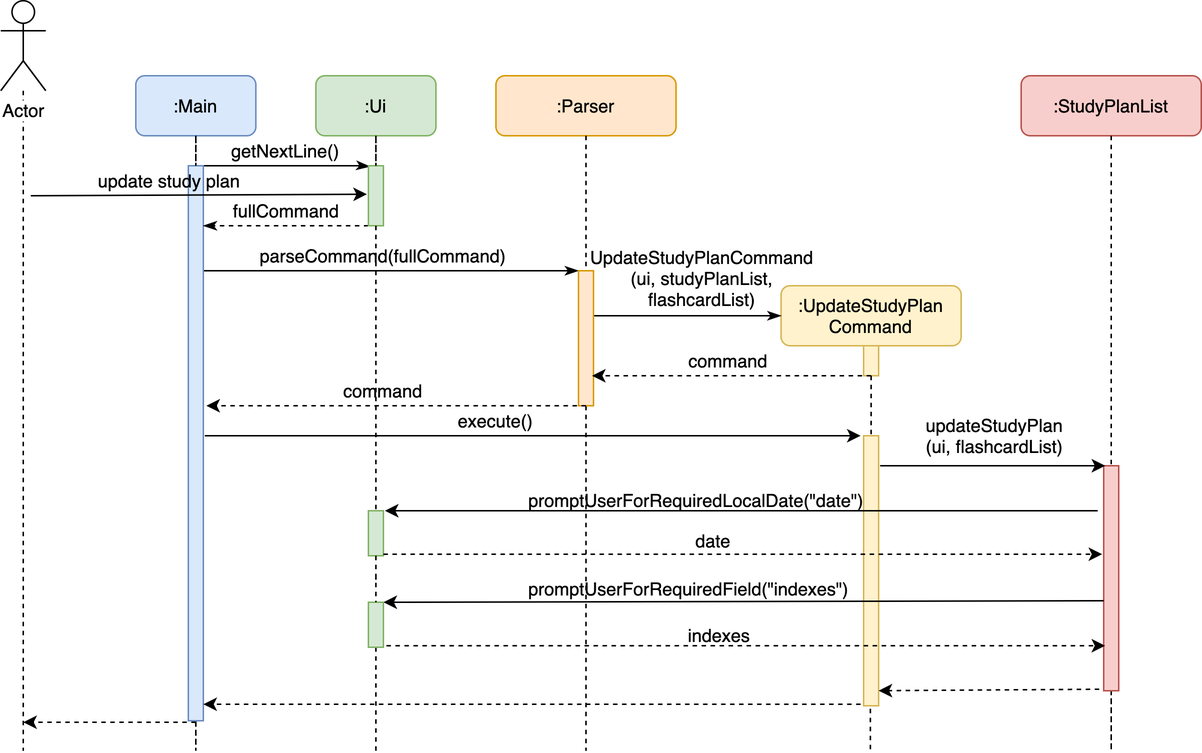
The draw.io diagram docs/images/updateStudyPlanSequenceDiagram.png in sliu107/tp, before a commit. Source tidied: cells renumbered, new cells last; positions are measured from the earlier drawing's top-left corner, leaving out a move shared by most shapes.
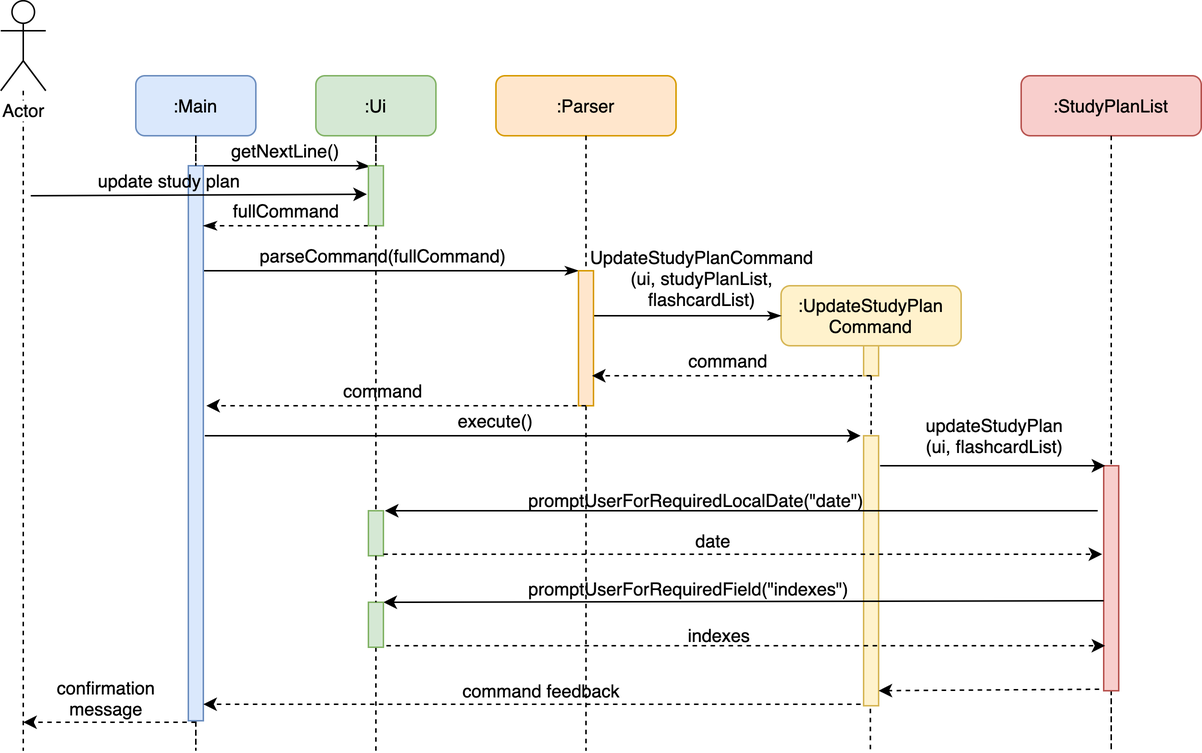
Above is the later version.

Commit message:
Add return messages for study plan related sequence diagrams

Diff of the diagram source:
```diff
@@ -245,5 +245,11 @@
         <mxPoint x="394" y="250" as="targetPoint" />
       </mxGeometry>
     </mxCell>
+    <mxCell id="58" value="command feedback" style="text;html=1;align=center;verticalAlign=middle;fillColor=none;strokeColor=none;rounded=0;" parent="1" vertex="1">
+      <mxGeometry x="300" y="450" width="120" height="20" as="geometry" />
+    </mxCell>
+    <mxCell id="59" value="confirmation&lt;br&gt;message" style="text;html=1;align=center;verticalAlign=middle;fillColor=none;strokeColor=none;rounded=0;" parent="1" vertex="1">
+      <mxGeometry x="30" y="450" width="80" height="30" as="geometry" />
+    </mxCell>
   </root>
 </mxGraphModel>
```
